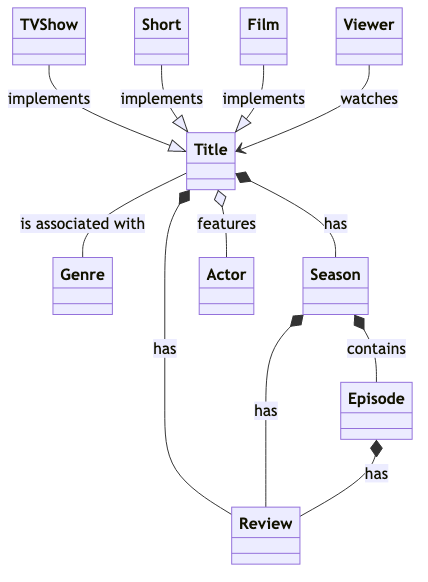
The Mermaid diagram Streamy.png in cristian658/mermaid-diagram, before a commit. Its source is kept beside it as Streamy.mmd.
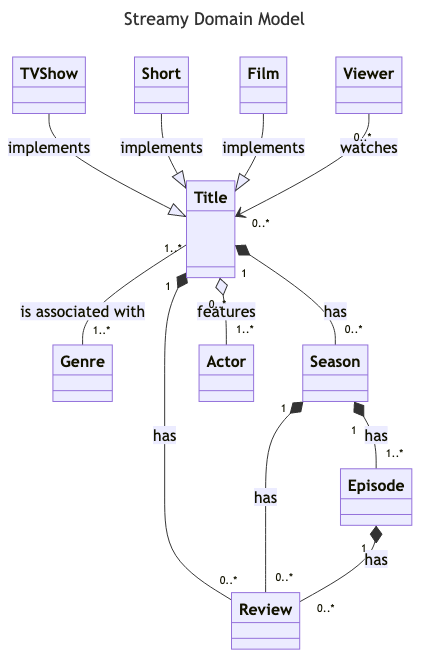
The same file after the commit.

Commit message:
Multiplicity Title Link

Diff of the diagram source:
```diff
@@ -1,16 +1,24 @@
+---
+title: Streamy Domain Model
+---
 classDiagram
-  Title -- Genre: is associated with
-  Title *-- Season: has
-  Title *-- Review: has
-  Title o-- Actor: features
+  Title "1..*" -- "1..*" Genre: is associated with
+
+  Title "1" *-- "0..*" Season: has
+  Title "1" *-- "0..*" Review: has
+  Title "0..*" o-- "1..*" Actor: features
 
   TV Show --|> Title: implements
   Short --|> Title: implements
   Film --|> Title: implements
 
-  Viewer --> Title: watches
+  Viewer "0..*" --> "0..*" Title: watches
 
-  Season *-- Review: has
-  Season *-- Episode: contains
+  Season "1" *-- "0..*" Review: has
+  Season "1" *-- "1..*" Episode: has
 
-  Episode *-- Review: has
+  Episode "1" *-- "0..*" Review: has
+
+  Title: \n\n
+
+link Title "http://www.google.com" _blank
```
